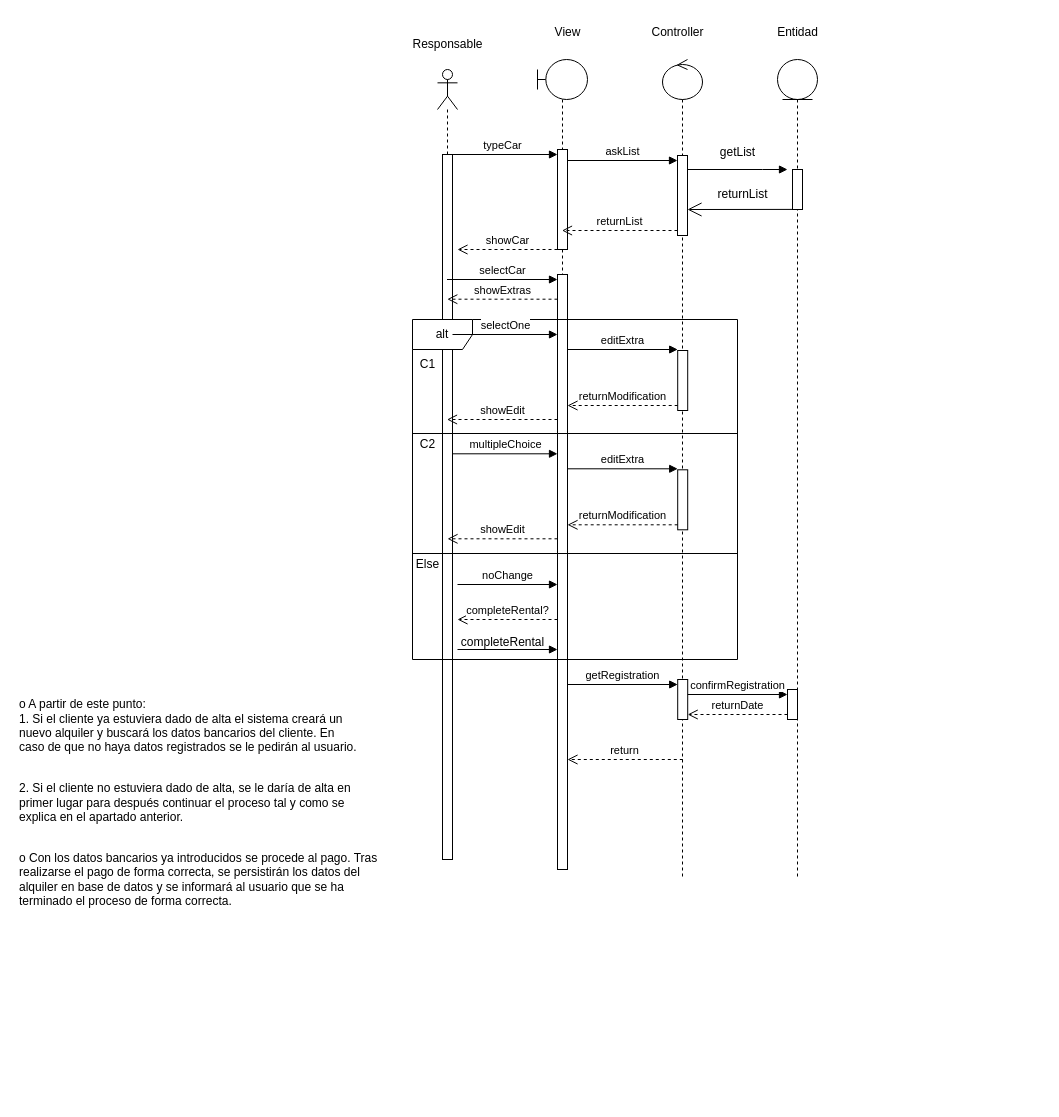
FelixRN/DAW25 keeps this draw.io diagram as EE_DD/ejercicio 6_parte_2.drawio. Above is the earlier version. Source tidied: cells renumbered, new cells numbered last; positions are measured from the earlier drawing's top-left corner, leaving out a move shared by most shapes. Both pictures are drawn from the tidied source at 100%, with x=0, y=0 at pixel (17, 17).
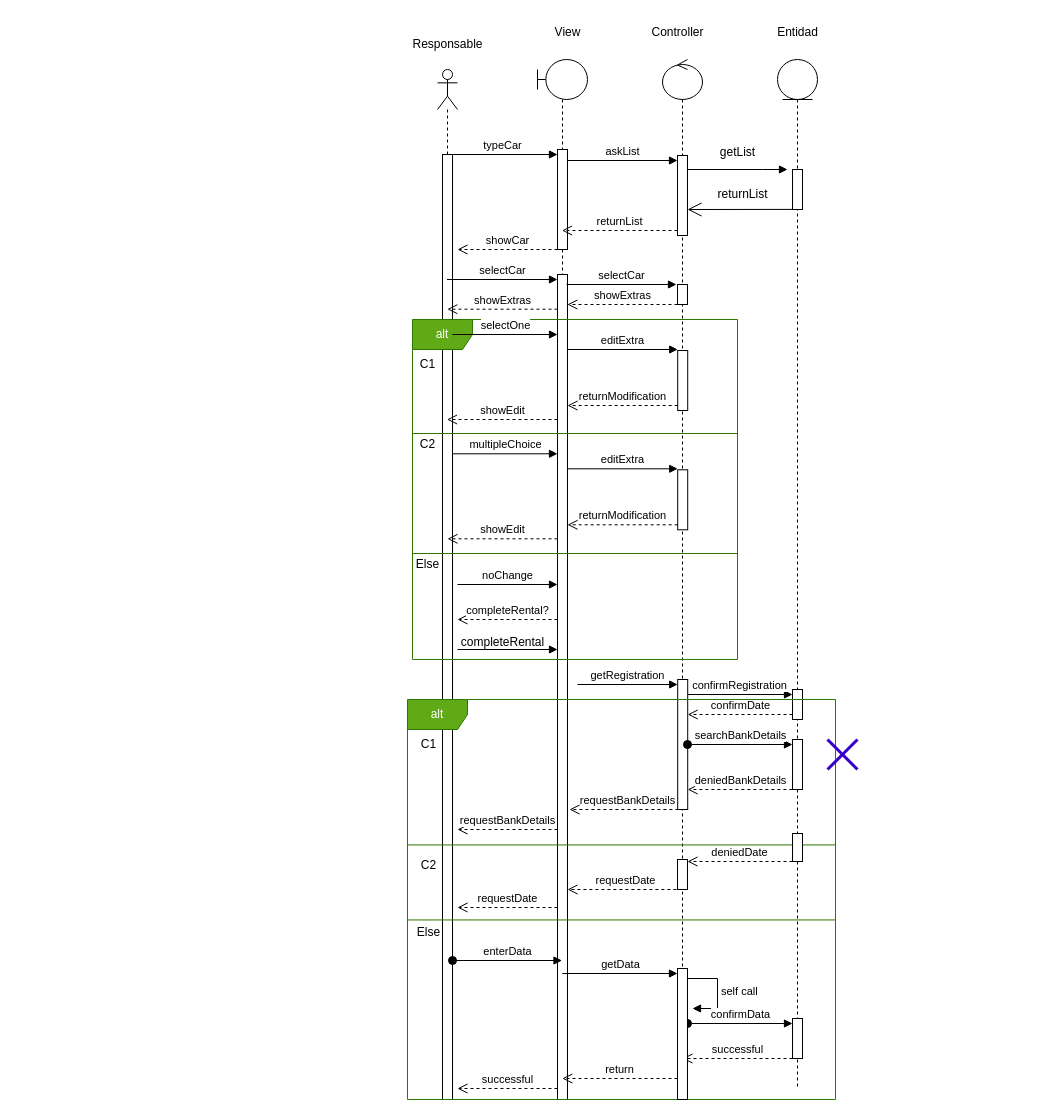
Above is the later version.

Change to the diagram source:
```diff
@@
     <mxCell id="2" style="shape=umlLifeline;perimeter=lifelinePerimeter;whiteSpace=wrap;html=1;outlineConnect=0;portConstraint=eastwest;newEdgeStyle={&quot;curved&quot;:0,&quot;rounded&quot;:0};participant=umlActor;" parent="1" vertex="1">
-      <mxGeometry x="420" y="52" width="20" height="790" as="geometry" />
+      <mxGeometry x="420" y="52" width="20" height="1030" as="geometry" />
     </mxCell>
     <mxCell id="3" style="html=1;points=[[0,0,0,0,5],[0,1,0,0,-5],[1,0,0,0,5],[1,1,0,0,-5]];perimeter=orthogonalPerimeter;outlineConnect=0;targetShapes=umlLifeline;portConstraint=eastwest;newEdgeStyle={&quot;curved&quot;:0,&quot;rounded&quot;:0};" parent="2" vertex="1">
-      <mxGeometry x="5" y="85" width="10" height="705" as="geometry" />
+      <mxGeometry x="5" y="85" width="10" height="945" as="geometry" />
     </mxCell>
     <mxCell id="4" style="shape=umlLifeline;perimeter=lifelinePerimeter;whiteSpace=wrap;html=1;newEdgeStyle={&quot;curved&quot;:0,&quot;rounded&quot;:0};participant=umlControl;" parent="1" vertex="1">
-      <mxGeometry x="645" y="42" width="40" height="820" as="geometry" />
+      <mxGeometry x="645" y="42" width="40" height="1020" as="geometry" />
     </mxCell>
@@
     <mxCell id="14" style="html=1;points=[[0,0,0,0,5],[0,1,0,0,-5],[1,0,0,0,5],[1,1,0,0,-5]];perimeter=orthogonalPerimeter;outlineConnect=0;targetShapes=umlLifeline;portConstraint=eastwest;newEdgeStyle={&quot;curved&quot;:0,&quot;rounded&quot;:0};" parent="4" vertex="1">
-      <mxGeometry x="15.2" y="620" width="10" height="40" as="geometry" />
+      <mxGeometry x="15.2" y="620" width="10" height="130" as="geometry" />
     </mxCell>
+    <mxCell id="53" style="html=1;perimeter=orthogonalPerimeter;targetShapes=umlLifeline;newEdgeStyle={&quot;curved&quot;:0,&quot;rounded&quot;:0};" parent="4" vertex="1">
+      <mxGeometry x="15" y="800" width="10" height="30" as="geometry" />
+    </mxCell>
+    <mxCell id="54" style="html=1;perimeter=orthogonalPerimeter;targetShapes=umlLifeline;newEdgeStyle={&quot;curved&quot;:0,&quot;rounded&quot;:0};" parent="4" vertex="1">
+      <mxGeometry x="15" y="225" width="10" height="20" as="geometry" />
+    </mxCell>
     <mxCell id="15" style="shape=umlLifeline;perimeter=lifelinePerimeter;whiteSpace=wrap;html=1;newEdgeStyle={&quot;curved&quot;:0,&quot;rounded&quot;:0};participant=umlEntity;" parent="1" vertex="1">
-      <mxGeometry x="760" y="42" width="40" height="820" as="geometry" />
+      <mxGeometry x="760" y="42" width="40" height="1030" as="geometry" />
     </mxCell>
@@
     <mxCell id="17" style="html=1;points=[[0,0,0,0,5],[0,1,0,0,-5],[1,0,0,0,5],[1,1,0,0,-5]];perimeter=orthogonalPerimeter;outlineConnect=0;targetShapes=umlLifeline;portConstraint=eastwest;newEdgeStyle={&quot;curved&quot;:0,&quot;rounded&quot;:0};" parent="15" vertex="1">
-      <mxGeometry x="10" y="630" width="10" height="30" as="geometry" />
+      <mxGeometry x="15" y="630" width="10" height="30" as="geometry" />
     </mxCell>
+    <mxCell id="55" style="html=1;points=[[0,0,0,0,5],[0,1,0,0,-5],[1,0,0,0,5],[1,1,0,0,-5]];perimeter=orthogonalPerimeter;outlineConnect=0;targetShapes=umlLifeline;portConstraint=eastwest;newEdgeStyle={&quot;curved&quot;:0,&quot;rounded&quot;:0};" parent="15" vertex="1">
+      <mxGeometry x="15" y="680" width="10" height="50" as="geometry" />
+    </mxCell>
     <mxCell id="18" style="shape=umlLifeline;perimeter=lifelinePerimeter;whiteSpace=wrap;html=1;outlineConnect=0;portConstraint=eastwest;newEdgeStyle={&quot;curved&quot;:0,&quot;rounded&quot;:0};participant=umlBoundary;" parent="1" vertex="1">
-      <mxGeometry x="520" y="42" width="50" height="810" as="geometry" />
+      <mxGeometry x="520" y="42" width="50" height="1040" as="geometry" />
     </mxCell>
@@
     <mxCell id="22" style="html=1;points=[[0,0,0,0,5],[0,1,0,0,-5],[1,0,0,0,5],[1,1,0,0,-5]];perimeter=orthogonalPerimeter;outlineConnect=0;targetShapes=umlLifeline;portConstraint=eastwest;newEdgeStyle={&quot;curved&quot;:0,&quot;rounded&quot;:0};" parent="18" vertex="1">
-      <mxGeometry x="20" y="215" width="10" height="595" as="geometry" />
+      <mxGeometry x="20" y="215" width="10" height="825" as="geometry" />
     </mxCell>
@@
-    <mxCell id="27" value="&lt;h1 style=&quot;margin-top: 0px;&quot;&gt;&lt;br&gt;&lt;/h1&gt;&lt;p&gt;&lt;br&gt;&lt;/p&gt;&lt;p&gt;o A partir de este punto:&lt;br&gt;1. Si el cliente ya estuviera dado de alta el sistema creará un&lt;br&gt;nuevo alquiler y buscará los datos bancarios del cliente. En&lt;br&gt;caso de que no haya datos registrados se le pedirán al usuario.&lt;/p&gt;&lt;p&gt;&lt;br&gt;2. Si el cliente no estuviera dado de alta, se le daría de alta en&lt;br&gt;primer lugar para después continuar el proceso tal y como se&lt;br&gt;explica en el apartado anterior.&lt;/p&gt;&lt;p&gt;&lt;br&gt;o Con los datos bancarios ya introducidos se procede al pago. Tras&lt;br&gt;realizarse el pago de forma correcta, se persistirán los datos del&lt;br&gt;alquiler en base de datos y se informará al usuario que se ha&lt;br&gt;terminado el proceso de forma correcta.&lt;/p&gt;" style="text;html=1;whiteSpace=wrap;overflow=hidden;rounded=0;" parent="1" vertex="1">
-      <mxGeometry y="602" width="410" height="300" as="geometry" />
-    </mxCell>
@@
     <mxCell id="36" value="showExtras" style="html=1;verticalAlign=bottom;endArrow=open;dashed=1;endSize=8;curved=0;rounded=0;exitX=0;exitY=1;exitDx=0;exitDy=-5;" parent="1" edge="1">
       <mxGeometry relative="1" as="geometry">
-        <mxPoint x="540" y="281.7" as="sourcePoint" />
-        <mxPoint x="429.8" y="281.7" as="targetPoint" />
+        <mxPoint x="540" y="291.7" as="sourcePoint" />
+        <mxPoint x="429.8" y="291.7" as="targetPoint" />
       </mxGeometry>
     </mxCell>
-    <mxCell id="37" value="alt" style="shape=umlFrame;whiteSpace=wrap;html=1;" parent="1" vertex="1">
+    <mxCell id="37" value="alt" style="shape=umlFrame;whiteSpace=wrap;html=1;fillColor=#60a917;fontColor=#ffffff;strokeColor=#2D7600;" parent="1" vertex="1">
       <mxGeometry x="395" y="302" width="325" height="340" as="geometry" />
     </mxCell>
@@
-    <mxCell id="42" style="line;strokeWidth=1;fillColor=none;align=left;verticalAlign=middle;spacingTop=-1;spacingLeft=3;spacingRight=3;labelPosition=right;strokeColor=inherit;" parent="1" vertex="1">
+    <mxCell id="42" style="line;strokeWidth=1;fillColor=#60a917;align=left;verticalAlign=middle;spacingTop=-1;spacingLeft=3;spacingRight=3;labelPosition=right;strokeColor=#2D7600;fontColor=#ffffff;" parent="1" vertex="1">
       <mxGeometry x="395" y="412" width="325" height="8" as="geometry" />
     </mxCell>
-    <mxCell id="43" style="line;strokeWidth=1;fillColor=none;align=left;verticalAlign=middle;spacingTop=-1;spacingLeft=3;spacingRight=3;labelPosition=right;strokeColor=inherit;" parent="1" vertex="1">
+    <mxCell id="43" style="line;strokeWidth=1;fillColor=#60a917;align=left;verticalAlign=middle;spacingTop=-1;spacingLeft=3;spacingRight=3;labelPosition=right;strokeColor=#2D7600;fontColor=#ffffff;" parent="1" vertex="1">
       <mxGeometry x="395" y="532" width="325" height="8" as="geometry" />
     </mxCell>
@@
-    <mxCell id="49" value="getRegistration" style="html=1;verticalAlign=bottom;endArrow=block;curved=0;rounded=0;entryX=0;entryY=0;entryDx=0;entryDy=5;" parent="1" edge="1" source="22" target="14">
-      <mxGeometry relative="1" as="geometry" />
+    <mxCell id="49" value="getRegistration" style="html=1;verticalAlign=bottom;endArrow=block;curved=0;rounded=0;entryX=0;entryY=0;entryDx=0;entryDy=5;" parent="1" edge="1" target="14">
+      <mxGeometry relative="1" as="geometry">
+        <mxPoint x="560" y="667" as="sourcePoint" />
+      </mxGeometry>
     </mxCell>
-    <mxCell id="50" value="return" style="html=1;verticalAlign=bottom;endArrow=open;dashed=1;endSize=8;curved=0;rounded=0;exitX=0;exitY=1;exitDx=0;exitDy=-5;" parent="1" edge="1">
-      <mxGeometry relative="1" as="geometry">
-        <mxPoint x="665.3" y="742" as="sourcePoint" />
-        <mxPoint x="550" y="742" as="targetPoint" />
-      </mxGeometry>
-    </mxCell>
-    <mxCell id="51" value="returnDate" style="html=1;verticalAlign=bottom;endArrow=open;dashed=1;endSize=8;curved=0;rounded=0;exitX=0;exitY=1;exitDx=0;exitDy=-5;" parent="1" edge="1" source="17" target="14">
+    <mxCell id="51" value="confirmDate" style="html=1;verticalAlign=bottom;endArrow=open;dashed=1;endSize=8;curved=0;rounded=0;exitX=0;exitY=1;exitDx=0;exitDy=-5;" parent="1" edge="1" source="17" target="14">
       <mxGeometry relative="1" as="geometry" />
     </mxCell>
@@
+    <mxCell id="56" value="alt" style="shape=umlFrame;whiteSpace=wrap;html=1;fillColor=#60a917;fontColor=#ffffff;strokeColor=#2D7600;" parent="1" vertex="1">
+      <mxGeometry x="390" y="682" width="428" height="400" as="geometry" />
+    </mxCell>
+    <mxCell id="57" value="searchBankDetails" style="html=1;verticalAlign=bottom;startArrow=oval;endArrow=block;startSize=8;curved=0;rounded=0;entryX=0;entryY=0;entryDx=0;entryDy=5;" parent="1" edge="1" target="55">
+      <mxGeometry relative="1" as="geometry">
+        <mxPoint x="670" y="727" as="sourcePoint" />
+      </mxGeometry>
+    </mxCell>
+    <mxCell id="58" style="shape=umlDestroy;whiteSpace=wrap;html=1;strokeWidth=3;targetShapes=umlLifeline;fillColor=#6a00ff;fontColor=#ffffff;strokeColor=#3700CC;" parent="1" vertex="1">
+      <mxGeometry x="810" y="722" width="30" height="30" as="geometry" />
+    </mxCell>
+    <mxCell id="59" value="deniedBankDetails" style="html=1;verticalAlign=bottom;endArrow=open;dashed=1;endSize=8;curved=0;rounded=0;exitX=0;exitY=1;exitDx=0;exitDy=-5;" parent="1" edge="1" target="14">
+      <mxGeometry relative="1" as="geometry">
+        <mxPoint x="774.9" y="772" as="sourcePoint" />
+      </mxGeometry>
+    </mxCell>
+    <mxCell id="60" value="requestBankDetails" style="html=1;verticalAlign=bottom;endArrow=open;dashed=1;endSize=8;curved=0;rounded=0;exitX=0;exitY=1;exitDx=0;exitDy=-5;" parent="1" edge="1">
+      <mxGeometry relative="1" as="geometry">
+        <mxPoint x="666.9" y="792" as="sourcePoint" />
+        <mxPoint x="552" y="792" as="targetPoint" />
+      </mxGeometry>
+    </mxCell>
+    <mxCell id="61" value="requestBankDetails" style="html=1;verticalAlign=bottom;endArrow=open;dashed=1;endSize=8;curved=0;rounded=0;exitX=0;exitY=1;exitDx=0;exitDy=-5;" parent="1" edge="1">
+      <mxGeometry relative="1" as="geometry">
+        <mxPoint x="540" y="812" as="sourcePoint" />
+        <mxPoint x="440" y="812" as="targetPoint" />
+      </mxGeometry>
+    </mxCell>
+    <mxCell id="62" style="line;strokeWidth=1;fillColor=#60a917;align=left;verticalAlign=middle;spacingTop=-1;spacingLeft=3;spacingRight=3;labelPosition=right;strokeColor=#2D7600;fontColor=#ffffff;" parent="1" vertex="1">
+      <mxGeometry x="390" y="822" width="428" height="10.9" as="geometry" />
+    </mxCell>
+    <mxCell id="63" value="deniedDate" style="html=1;verticalAlign=bottom;endArrow=open;dashed=1;endSize=8;curved=0;rounded=0;exitX=0;exitY=1;exitDx=0;exitDy=-5;" parent="1" edge="1">
+      <mxGeometry relative="1" as="geometry">
+        <mxPoint x="775" y="844" as="sourcePoint" />
+        <mxPoint x="670" y="844" as="targetPoint" />
+      </mxGeometry>
+    </mxCell>
+    <mxCell id="64" value="requestDate" style="html=1;verticalAlign=bottom;endArrow=open;dashed=1;endSize=8;curved=0;rounded=0;exitX=0;exitY=1;exitDx=0;exitDy=-5;" parent="1" edge="1">
+      <mxGeometry relative="1" as="geometry">
+        <mxPoint x="540" y="890" as="sourcePoint" />
+        <mxPoint x="440" y="890" as="targetPoint" />
+      </mxGeometry>
+    </mxCell>
+    <mxCell id="65" value="requestDate" style="html=1;verticalAlign=bottom;endArrow=open;dashed=1;endSize=8;curved=0;rounded=0;exitX=0;exitY=1;exitDx=0;exitDy=-5;" parent="1" edge="1">
+      <mxGeometry relative="1" as="geometry">
+        <mxPoint x="664.9" y="872" as="sourcePoint" />
+        <mxPoint x="550" y="872" as="targetPoint" />
+      </mxGeometry>
+    </mxCell>
+    <mxCell id="66" style="html=1;perimeter=orthogonalPerimeter;targetShapes=umlLifeline;newEdgeStyle={&quot;curved&quot;:0,&quot;rounded&quot;:0};" parent="1" vertex="1">
+      <mxGeometry x="775" y="816" width="10" height="28" as="geometry" />
+    </mxCell>
+    <mxCell id="67" style="line;strokeWidth=1;fillColor=#60a917;align=left;verticalAlign=middle;spacingTop=-1;spacingLeft=3;spacingRight=3;labelPosition=right;strokeColor=#2D7600;fontColor=#ffffff;" parent="1" vertex="1">
+      <mxGeometry x="390" y="897" width="428" height="10.9" as="geometry" />
+    </mxCell>
+    <mxCell id="68" value="enterData" style="html=1;verticalAlign=bottom;startArrow=oval;endArrow=block;startSize=8;curved=0;rounded=0;" parent="1" edge="1">
+      <mxGeometry relative="1" as="geometry">
+        <mxPoint x="435" y="943" as="sourcePoint" />
+        <mxPoint x="544.5" y="943" as="targetPoint" />
+      </mxGeometry>
+    </mxCell>
+    <mxCell id="69" value="getData" style="html=1;verticalAlign=bottom;endArrow=block;curved=0;rounded=0;entryX=0;entryY=0;entryDx=0;entryDy=5;" parent="1" edge="1" target="74">
+      <mxGeometry relative="1" as="geometry">
+        <mxPoint x="544.8" y="956" as="sourcePoint" />
+      </mxGeometry>
+    </mxCell>
+    <mxCell id="70" value="self call" style="html=1;align=left;spacingLeft=2;endArrow=block;rounded=0;edgeStyle=orthogonalEdgeStyle;curved=0;rounded=0;" parent="1" edge="1">
+      <mxGeometry relative="1" as="geometry">
+        <mxPoint x="670" y="961" as="sourcePoint" />
+        <mxPoint x="675" y="991" as="targetPoint" />
+        <Array as="points">
+          <mxPoint x="700" y="991" />
+        </Array>
+      </mxGeometry>
+    </mxCell>
+    <mxCell id="71" value="confirmData" style="html=1;verticalAlign=bottom;startArrow=oval;endArrow=block;startSize=8;curved=0;rounded=0;entryX=0;entryY=0;entryDx=0;entryDy=5;" parent="1" edge="1" source="74" target="75">
+      <mxGeometry relative="1" as="geometry" />
+    </mxCell>
+    <mxCell id="72" value="successful" style="html=1;verticalAlign=bottom;endArrow=open;dashed=1;endSize=8;curved=0;rounded=0;exitX=0;exitY=1;exitDx=0;exitDy=-5;" parent="1" edge="1">
+      <mxGeometry relative="1" as="geometry">
+        <mxPoint x="775" y="1041" as="sourcePoint" />
+        <mxPoint x="665" y="1041" as="targetPoint" />
+      </mxGeometry>
+    </mxCell>
+    <mxCell id="50" value="return" style="html=1;verticalAlign=bottom;endArrow=open;dashed=1;endSize=8;curved=0;rounded=0;exitX=0;exitY=1;exitDx=0;exitDy=-5;" parent="1" edge="1">
+      <mxGeometry relative="1" as="geometry">
+        <mxPoint x="660" y="1061" as="sourcePoint" />
+        <mxPoint x="544.8" y="1061" as="targetPoint" />
+      </mxGeometry>
+    </mxCell>
+    <mxCell id="73" value="successful" style="html=1;verticalAlign=bottom;endArrow=open;dashed=1;endSize=8;curved=0;rounded=0;exitX=0;exitY=1;exitDx=0;exitDy=-5;" parent="1" edge="1">
+      <mxGeometry relative="1" as="geometry">
+        <mxPoint x="540" y="1071" as="sourcePoint" />
+        <mxPoint x="440" y="1071" as="targetPoint" />
+      </mxGeometry>
+    </mxCell>
+    <mxCell id="74" style="html=1;points=[[0,0,0,0,5],[0,1,0,0,-5],[1,0,0,0,5],[1,1,0,0,-5]];perimeter=orthogonalPerimeter;outlineConnect=0;targetShapes=umlLifeline;portConstraint=eastwest;newEdgeStyle={&quot;curved&quot;:0,&quot;rounded&quot;:0};" parent="1" vertex="1">
+      <mxGeometry x="660" y="951" width="10" height="131" as="geometry" />
+    </mxCell>
+    <mxCell id="75" style="html=1;points=[[0,0,0,0,5],[0,1,0,0,-5],[1,0,0,0,5],[1,1,0,0,-5]];perimeter=orthogonalPerimeter;outlineConnect=0;targetShapes=umlLifeline;portConstraint=eastwest;newEdgeStyle={&quot;curved&quot;:0,&quot;rounded&quot;:0};" parent="1" vertex="1">
+      <mxGeometry x="775" y="1001" width="10" height="40" as="geometry" />
+    </mxCell>
+    <mxCell id="76" value="C1" style="text;html=1;align=center;verticalAlign=middle;strokeColor=none;fillColor=none;" parent="1" vertex="1">
+      <mxGeometry x="391" y="712" width="40" height="30" as="geometry" />
+    </mxCell>
+    <mxCell id="77" value="C2" style="text;html=1;align=center;verticalAlign=middle;strokeColor=none;fillColor=none;" parent="1" vertex="1">
+      <mxGeometry x="391" y="832.9" width="40" height="30" as="geometry" />
+    </mxCell>
+    <mxCell id="78" value="Else" style="text;html=1;align=center;verticalAlign=middle;strokeColor=none;fillColor=none;" parent="1" vertex="1">
+      <mxGeometry x="386" y="900" width="50" height="30" as="geometry" />
+    </mxCell>
+    <mxCell id="79" value="selectCar" style="html=1;verticalAlign=bottom;endArrow=block;curved=0;rounded=0;entryX=0;entryY=0;entryDx=0;entryDy=5;" parent="1" edge="1">
+      <mxGeometry relative="1" as="geometry">
+        <mxPoint x="549" y="267" as="sourcePoint" />
+        <mxPoint x="659" y="267" as="targetPoint" />
+      </mxGeometry>
+    </mxCell>
+    <mxCell id="80" value="showExtras" style="html=1;verticalAlign=bottom;endArrow=open;dashed=1;endSize=8;curved=0;rounded=0;exitX=0;exitY=1;exitDx=0;exitDy=-5;" parent="1" edge="1">
+      <mxGeometry relative="1" as="geometry">
+        <mxPoint x="660" y="287" as="sourcePoint" />
+        <mxPoint x="549.8" y="287" as="targetPoint" />
+      </mxGeometry>
+    </mxCell>
```
